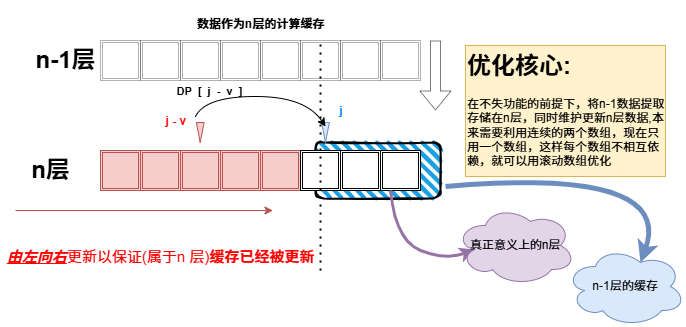
AliceAuto/AliceAuto.github.io keeps this draw.io diagram as 算法/Resource/完全背包空间优化思路.drawio.png. Above is the earlier version. Source tidied: cells renumbered, new cells last; positions are measured from the earlier drawing's top-left corner, leaving out a move shared by most shapes.
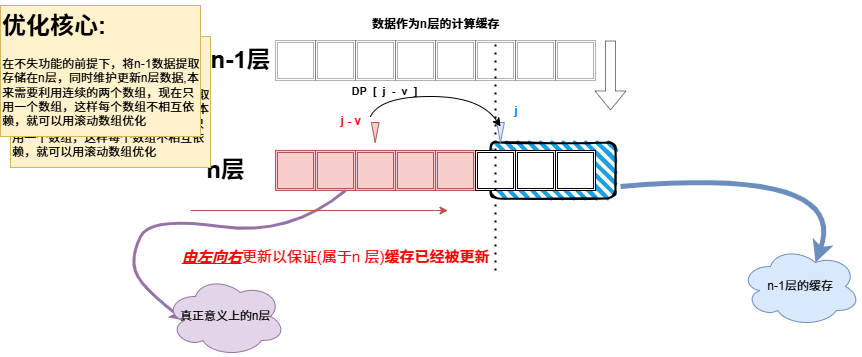
The same file after the commit.

Commit message:
更新完全背包空间优化思路.drawio.png

Diff of the diagram source:
```diff
@@ -111,22 +111,24 @@
         <mxPoint x="435" y="110" as="targetPoint" />
       </mxGeometry>
     </mxCell>
-    <mxCell id="30" style="curved=1;endArrow=classic;html=1;rounded=0;exitX=0.25;exitY=1;exitDx=0;exitDy=0;fillColor=#e1d5e7;strokeColor=#9673a6;strokeWidth=3;entryX=0.16;entryY=0.55;entryDx=0;entryDy=0;entryPerimeter=0;" parent="1" edge="1" source="12" target="31">
+    <mxCell id="30" style="curved=1;endArrow=classic;html=1;rounded=0;exitX=0.75;exitY=1;exitDx=0;exitDy=0;fillColor=#e1d5e7;strokeColor=#9673a6;strokeWidth=3;entryX=0.16;entryY=0.55;entryDx=0;entryDy=0;entryPerimeter=0;" parent="1" edge="1" source="18" target="31">
       <mxGeometry relative="1" as="geometry">
         <Array as="points">
-          <mxPoint x="395" y="240" />
-          <mxPoint x="445" y="260" />
+          <mxPoint x="115" y="236" />
+          <mxPoint x="-25" y="216" />
+          <mxPoint x="-45" y="256" />
+          <mxPoint x="-35" y="286" />
         </Array>
       </mxGeometry>
     </mxCell>
     <mxCell id="31" value="真正意义上的n层" style="ellipse;shape=cloud;whiteSpace=wrap;html=1;fillColor=#e1d5e7;strokeColor=#9673a6;" parent="1" vertex="1">
-      <mxGeometry x="455" y="205" width="120" height="80" as="geometry" />
+      <mxGeometry x="-10" y="276" width="120" height="80" as="geometry" />
     </mxCell>
     <mxCell id="32" value="&lt;font style=&quot;color: rgb(255, 0, 0);&quot;&gt;&lt;b&gt;j - v&amp;nbsp;&lt;/b&gt;&lt;/font&gt;" style="text;html=1;align=center;verticalAlign=middle;whiteSpace=wrap;rounded=0;" parent="1" vertex="1">
       <mxGeometry x="135" y="106" width="85" height="30" as="geometry" />
     </mxCell>
     <mxCell id="33" value="&lt;h1 style=&quot;margin-top: 0px;&quot;&gt;优化核心:&lt;/h1&gt;&lt;p&gt;在不失功能的前提下，将n-1数据提取存储在n层，同时维护更新n层数据,本来需要利用连续的两个数组，现在只用一个数组，这样每个数组不相互依赖，就可以用滚动数组优化&lt;/p&gt;" style="text;html=1;whiteSpace=wrap;overflow=hidden;rounded=0;fillColor=#fff2cc;strokeColor=#d6b656;" parent="1" vertex="1">
-      <mxGeometry x="465" y="45" width="200" height="131" as="geometry" />
+      <mxGeometry x="-165" y="36" width="200" height="131" as="geometry" />
     </mxCell>
     <mxCell id="34" style="endArrow=classic;html=1;rounded=0;fillColor=#f8cecc;strokeColor=#b85450;" parent="1" edge="1">
       <mxGeometry relative="1" as="geometry">
@@ -142,5 +144,8 @@
     <mxCell id="36" value="&lt;font style=&quot;color: rgb(0, 127, 255);&quot;&gt;&lt;b&gt;j&amp;nbsp;&lt;/b&gt;&lt;/font&gt;" style="text;html=1;align=center;verticalAlign=middle;whiteSpace=wrap;rounded=0;" parent="1" vertex="1">
       <mxGeometry x="300" y="95.5" width="85" height="30" as="geometry" />
     </mxCell>
+    <mxCell id="37" value="&lt;h1 style=&quot;margin-top: 0px;&quot;&gt;优化核心:&lt;/h1&gt;&lt;p&gt;在不失功能的前提下，将n-1数据提取存储在n层，同时维护更新n层数据,本来需要利用连续的两个数组，现在只用一个数组，这样每个数组不相互依赖，就可以用滚动数组优化&lt;/p&gt;" style="text;html=1;whiteSpace=wrap;overflow=hidden;rounded=0;fillColor=#fff2cc;strokeColor=#d6b656;" parent="1" vertex="1">
+      <mxGeometry x="-175" y="5" width="200" height="131" as="geometry" />
+    </mxCell>
   </root>
 </mxGraphModel>
```
